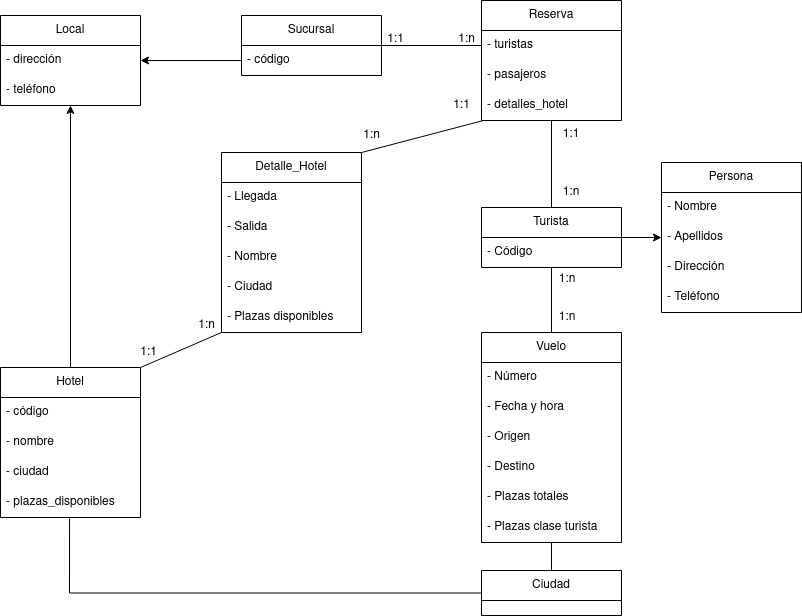
colidom/ets keeps this draw.io diagram as Tema 5. Diagramas de clase/Tarea 2. Agencia viajes/img/AgenciaViajes.drawio.png. Above is the earlier version. Source tidied: cells renumbered, new cells last; positions are measured from the earlier drawing's top-left corner, leaving out a move shared by most shapes.
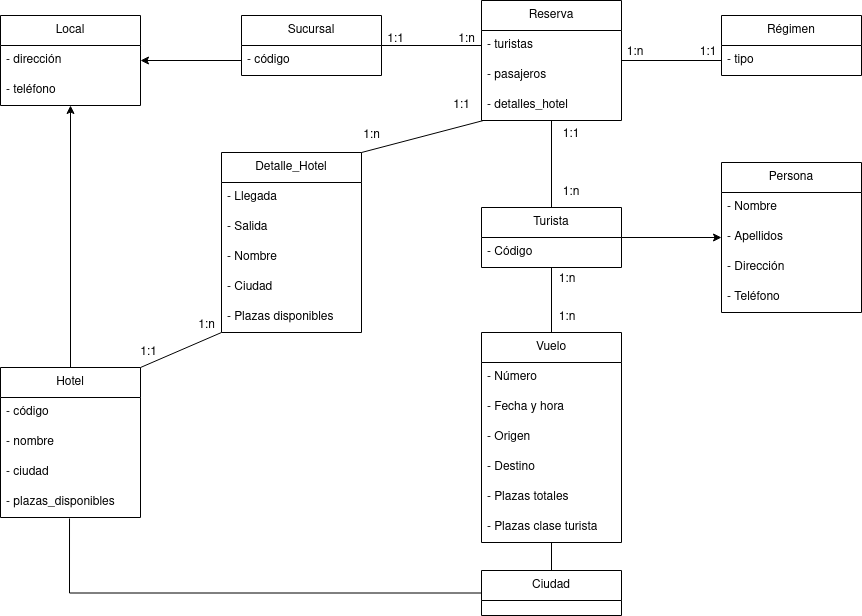
The same file after the commit.

Diff of the diagram source:
```diff
@@ -9,7 +9,7 @@
       <mxGeometry y="30" width="140" height="30" as="geometry" />
     </mxCell>
     <mxCell id="4" value="&lt;div&gt;Persona&lt;/div&gt;" style="swimlane;fontStyle=0;horizontal=1;startSize=30;whiteSpace=wrap;html=1;" parent="1" vertex="1">
-      <mxGeometry x="661" y="162" width="140" height="150" as="geometry" />
+      <mxGeometry x="721" y="162" width="140" height="150" as="geometry" />
     </mxCell>
     <mxCell id="5" value="- Nombre" style="text;strokeColor=none;fillColor=none;align=left;verticalAlign=middle;spacingLeft=4;spacingRight=4;overflow=hidden;whiteSpace=wrap;html=1;" parent="4" vertex="1">
       <mxGeometry y="30" width="140" height="30" as="geometry" />
@@ -58,6 +58,9 @@
     <mxCell id="19" value="- plazas_disponibles" style="text;strokeColor=none;fillColor=none;align=left;verticalAlign=middle;spacingLeft=4;spacingRight=4;overflow=hidden;points=[[0,0.5],[1,0.5]];portConstraint=eastwest;whiteSpace=wrap;html=1;" parent="15" vertex="1">
       <mxGeometry y="120" width="140" height="30" as="geometry" />
     </mxCell>
+    <mxCell id="57" style="edgeStyle=orthogonalEdgeStyle;rounded=0;jettySize=auto;html=1;startArrow=none;startFill=0;endArrow=none;endFill=0;" parent="1" edge="1" source="20" target="59">
+      <mxGeometry relative="1" as="geometry" />
+    </mxCell>
     <mxCell id="20" value="Reserva" style="swimlane;fontStyle=0;horizontal=1;startSize=30;whiteSpace=wrap;html=1;" parent="1" vertex="1">
       <mxGeometry x="481" width="140" height="120" as="geometry" />
     </mxCell>
@@ -169,5 +172,17 @@
     <mxCell id="56" value="1:1" style="text;html=1;align=center;verticalAlign=middle;strokeColor=none;fillColor=none;" parent="1" vertex="1">
       <mxGeometry x="375" y="24" width="40" height="30" as="geometry" />
     </mxCell>
+    <mxCell id="58" value="Régimen" style="swimlane;fontStyle=0;horizontal=1;startSize=30;whiteSpace=wrap;html=1;" parent="1" vertex="1">
+      <mxGeometry x="721" y="15" width="140" height="60" as="geometry" />
+    </mxCell>
+    <mxCell id="59" value="- tipo" style="text;strokeColor=none;fillColor=none;align=left;verticalAlign=middle;spacingLeft=4;spacingRight=4;overflow=hidden;points=[[0,0.5],[1,0.5]];portConstraint=eastwest;whiteSpace=wrap;html=1;" parent="58" vertex="1">
+      <mxGeometry y="30" width="140" height="30" as="geometry" />
+    </mxCell>
+    <mxCell id="60" value="1:n" style="text;html=1;strokeColor=none;fillColor=none;align=center;verticalAlign=middle;whiteSpace=wrap;rounded=0;" parent="1" vertex="1">
+      <mxGeometry x="605" y="37" width="60" height="30" as="geometry" />
+    </mxCell>
+    <mxCell id="61" value="1:1" style="text;html=1;strokeColor=none;fillColor=none;align=center;verticalAlign=middle;whiteSpace=wrap;rounded=0;" parent="1" vertex="1">
+      <mxGeometry x="678" y="37" width="60" height="30" as="geometry" />
+    </mxCell>
   </root>
 </mxGraphModel>
```
